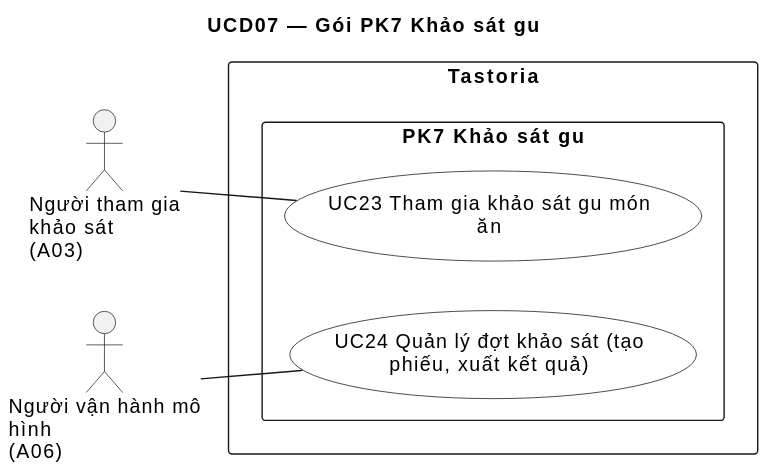
Above: docs/uml/out/usecase/UCD07-khao-sat-gu.svg in NamBuw/Tastoria (PlantUML), before the change. Its diagram source:
```plantuml
@startuml
title UCD07 — Gói PK7 Khảo sát gu
left to right direction
skinparam packageStyle rectangle
skinparam actorStyle stick
skinparam usecase {
  BackgroundColor White
  BorderColor Black
}

actor "Người tham gia\nkhảo sát\n(A03)" as A03
actor "Người vận hành mô\nhình\n(A06)" as A06

rectangle "Tastoria" {
  package "PK7 Khảo sát gu" as PK7 {
    usecase "UC23 Tham gia khảo sát gu món\năn" as UC23
    usecase "UC24 Quản lý đợt khảo sát (tạo\nphiếu, xuất kết quả)" as UC24
  }
}

A03 -- UC23
A06 -- UC24
@enduml
```
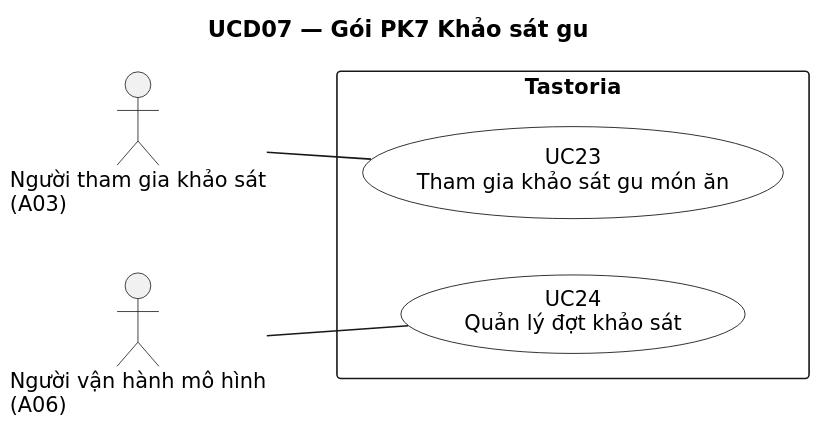
After the change.

Diff of the diagram source:
```diff
@@ -1,5 +1,10 @@
 @startuml
 title UCD07 — Gói PK7 Khảo sát gu
+skinparam shadowing false
+skinparam defaultFontName DejaVu Sans
+skinparam defaultFontSize 13
+skinparam dpi 110
+
 left to right direction
 skinparam packageStyle rectangle
 skinparam actorStyle stick
@@ -8,14 +13,11 @@
   BorderColor Black
 }
 
-actor "Người tham gia\nkhảo sát\n(A03)" as A03
-actor "Người vận hành mô\nhình\n(A06)" as A06
-
+actor "Người tham gia khảo sát\n(A03)" as A03
+actor "Người vận hành mô hình\n(A06)" as A06
 rectangle "Tastoria" {
-  package "PK7 Khảo sát gu" as PK7 {
-    usecase "UC23 Tham gia khảo sát gu món\năn" as UC23
-    usecase "UC24 Quản lý đợt khảo sát (tạo\nphiếu, xuất kết quả)" as UC24
-  }
+  usecase "UC23\nTham gia khảo sát gu món ăn" as UC23
+  usecase "UC24\nQuản lý đợt khảo sát" as UC24
 }
 
 A03 -- UC23
```
